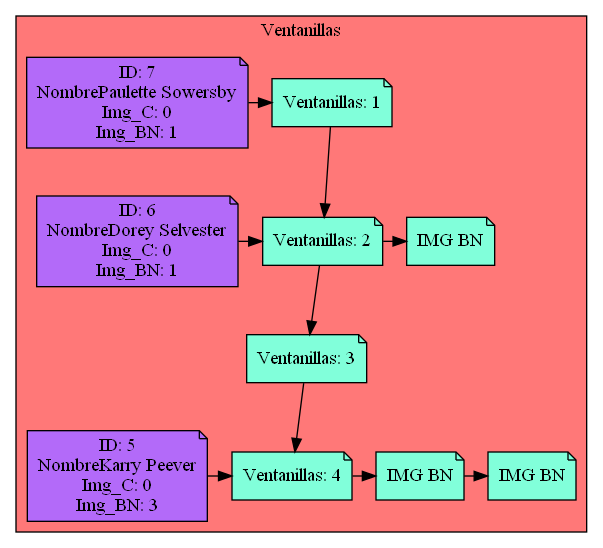
The Graphviz diagram Simple_Windows.png in Serch-ING/EDD_UDRAWING_202000119, before a commit. Its source is kept beside it as Simple_Windows.dot.
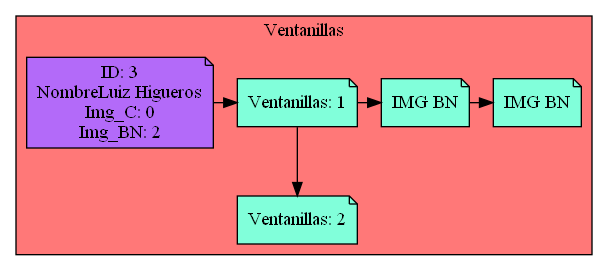
The same diagram one commit later.

Change to the diagram source:
```diff
@@ -3,43 +3,21 @@
 subgraph cluster_p{
     label= " Ventanillas "
     bgcolor = "#FF7878"
-Nodo70807318[label="Ventanillas: 1",fillcolor="#81FFDA",group=1]
-Nodo910091170[label="Ventanillas: 2",fillcolor="#81FFDA",group=2]
-Nodo293907205[label="Ventanillas: 3",fillcolor="#81FFDA",group=3]
-Nodo988800485[label="Ventanillas: 4",fillcolor="#81FFDA",group=4]
+Nodo1192171522[label="Ventanillas: 1",fillcolor="#81FFDA",group=1]
+Nodo1661081225[label="Ventanillas: 2",fillcolor="#81FFDA",group=2]
 
-Nodo70807318 -> Nodo910091170
+Nodo1192171522 -> Nodo1661081225
 
-Cliente365181913[label="ID: 7
-NombrePaulette Sowersby
+Cliente1699679644[label="ID: 3
+NombreLuiz Higueros
 Img_C: 0
-Img_BN: 1",fillcolor="#B36AF9",group=1]
-Cliente365181913-> Nodo70807318
-{rank=same;Nodo70807318,Cliente365181913}
-Nodo910091170 -> Nodo293907205
+Img_BN: 2",fillcolor="#B36AF9",group=1]
+Cliente1699679644-> Nodo1192171522
+Nodo1219402581[label="IMG BN",fillcolor="#81FFDA"]
+Nodo1664439369[label="IMG BN",fillcolor="#81FFDA"]
+Nodo1219402581 -> Nodo1664439369
 
-Cliente404214852[label="ID: 6
-NombreDorey Selvester
-Img_C: 0
-Img_BN: 1",fillcolor="#B36AF9",group=2]
-Cliente404214852-> Nodo910091170
-Nodo1031061344[label="IMG BN",fillcolor="#81FFDA"]
+Nodo1192171522 -> Nodo1219402581
 
-Nodo910091170 -> Nodo1031061344
-
-{rank=same;Nodo910091170,Cliente404214852,Nodo1031061344}
-Nodo293907205 -> Nodo988800485
-
-{rank=same;Nodo293907205}
-Cliente1668016508[label="ID: 5
-NombreKarry Peever
-Img_C: 0
-Img_BN: 3",fillcolor="#B36AF9",group=4]
-Cliente1668016508-> Nodo988800485
-Nodo1327536153[label="IMG BN",fillcolor="#81FFDA"]
-Nodo1822971466[label="IMG BN",fillcolor="#81FFDA"]
-Nodo1327536153 -> Nodo1822971466
-
-Nodo988800485 -> Nodo1327536153
-
-{rank=same;Nodo988800485,Cliente1668016508,Nodo1327536153,Nodo1822971466}}}
+{rank=same;Nodo1192171522,Cliente1699679644,Nodo1219402581,Nodo1664439369}
+{rank=same;Nodo1661081225}}}
```
